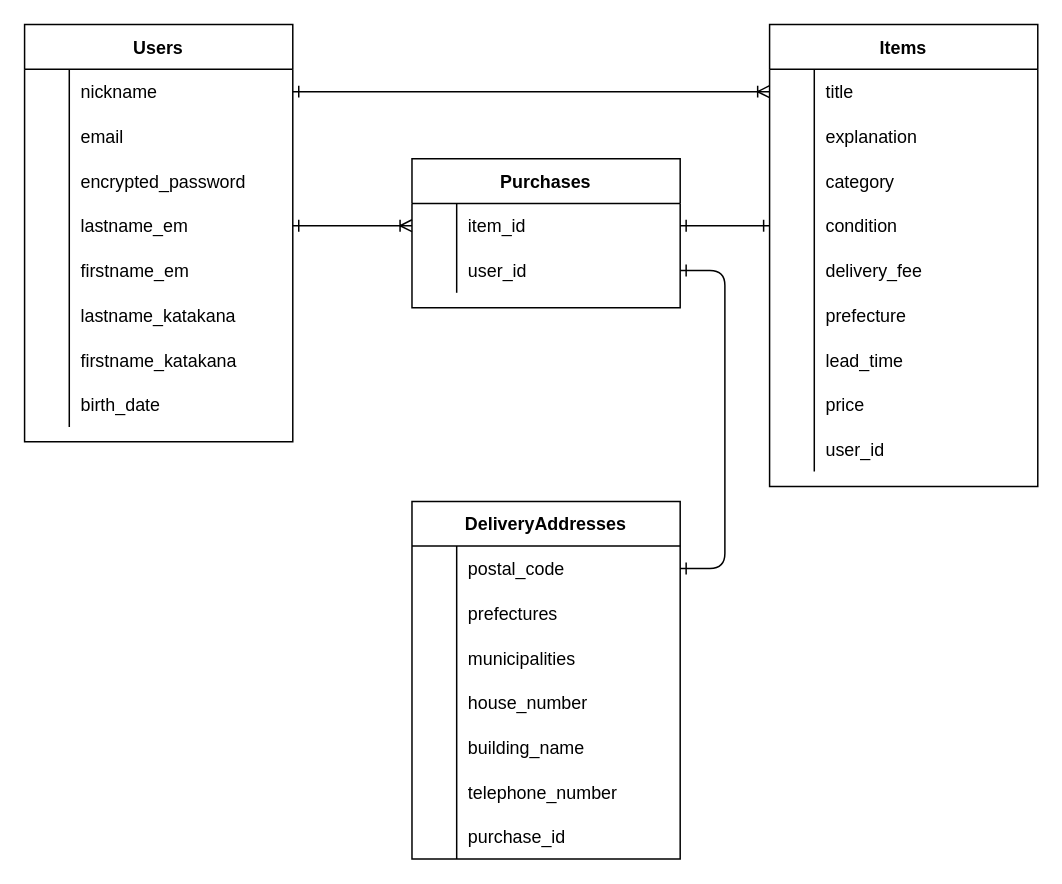
The draw.io diagram furima.dio in hirokichitana/furima-37142, before the edit. Source tidied: cells renumbered, new cells numbered last; positions are measured from the earlier drawing's top-left corner, leaving out a move shared by most shapes. Both pictures are drawn from the tidied source at 149%, with x=0, y=0 at pixel (24, 24).
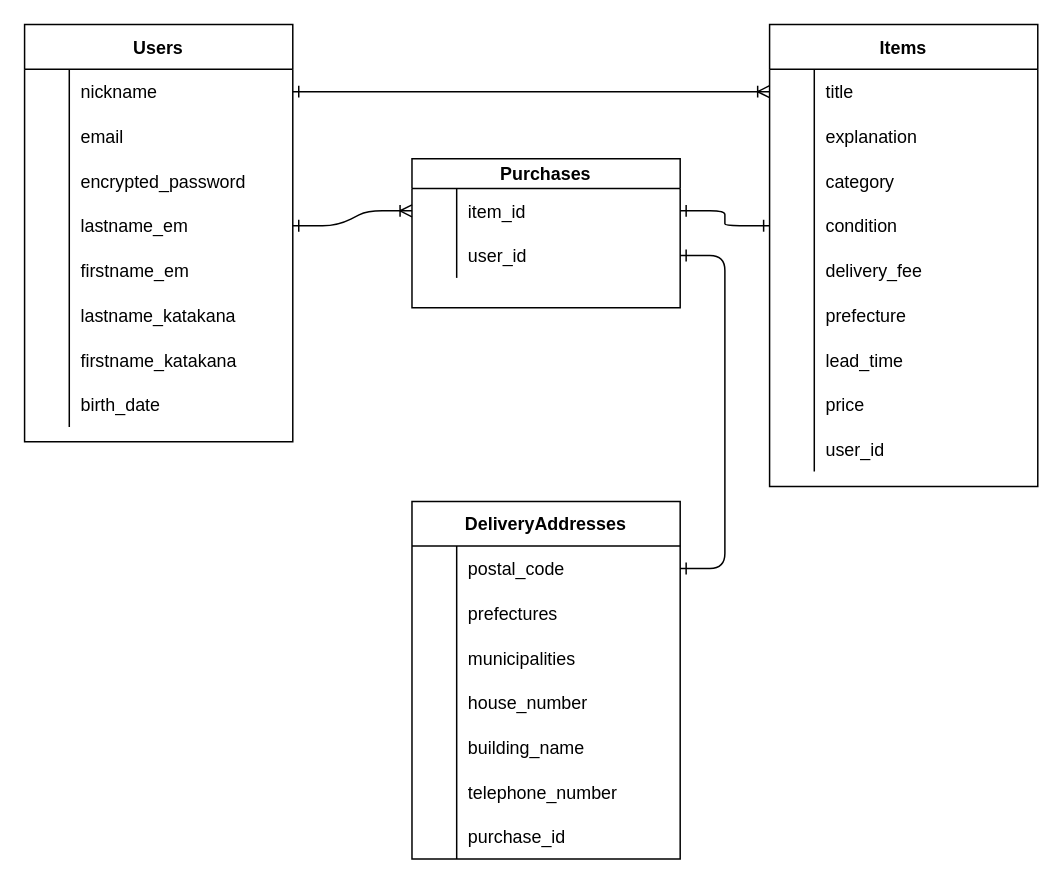
Above is the later version.

The edit, as a diff of the source:
```diff
@@
-    <mxCell id="78" value="Purchases" style="shape=table;startSize=30;childLayout=tableLayout;rowLines=0;fontStyle=1;align=center;" parent="1" vertex="1">
+    <mxCell id="78" value="Purchases" style="shape=table;startSize=20;childLayout=tableLayout;rowLines=0;fontStyle=1;align=center;" parent="1" vertex="1">
       <mxGeometry x="260" y="90" width="180" height="100" as="geometry" />
     </mxCell>
     <mxCell id="79" style="shape=partialRectangle;fillColor=none;top=0;left=0;bottom=0;right=0;points=[[0,0.5],[1,0.5]];portConstraint=eastwest;" parent="78" vertex="1">
-      <mxGeometry y="30" width="180" height="30" as="geometry" />
+      <mxGeometry y="20" width="180" height="30" as="geometry" />
     </mxCell>
@@
     <mxCell id="82" style="shape=partialRectangle;fillColor=none;top=0;left=0;bottom=0;right=0;points=[[0,0.5],[1,0.5]];portConstraint=eastwest;" parent="78" vertex="1">
-      <mxGeometry y="60" width="180" height="30" as="geometry" />
+      <mxGeometry y="50" width="180" height="30" as="geometry" />
     </mxCell>
```
